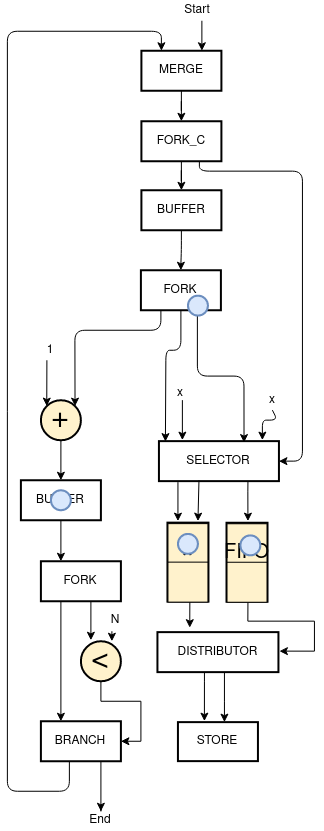
The draw.io diagram animation_initial_2.png in axelmarmet/intermediary-presentation, before a commit. Source tidied: cells renumbered, new cells last; positions are measured from the earlier drawing's top-left corner, leaving out a move shared by most shapes.
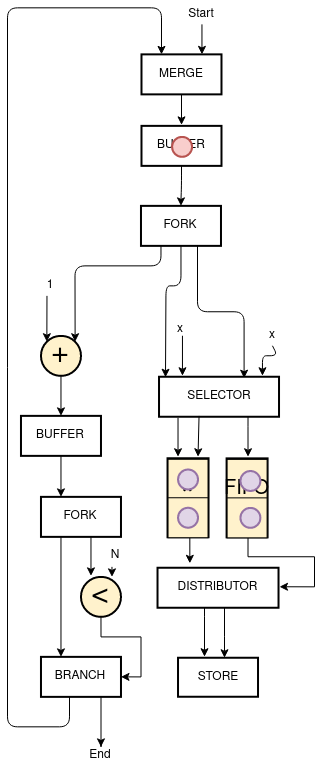
Above is the later version.

Diff of the diagram source:
```diff
@@ -42,11 +42,13 @@
     <mxCell id="8" value="FORK" style="rounded=0;whiteSpace=wrap;html=1;strokeColor=#000000;strokeWidth=2;" parent="1" vertex="1">
       <mxGeometry x="133.4" y="269.8" width="80" height="40" as="geometry" />
     </mxCell>
-    <mxCell id="9" style="edgeStyle=orthogonalEdgeStyle;rounded=0;jettySize=auto;html=1;" parent="1" edge="1" source="10" target="45">
-      <mxGeometry relative="1" as="geometry" />
+    <mxCell id="9" style="edgeStyle=orthogonalEdgeStyle;rounded=0;jettySize=auto;html=1;" parent="1" edge="1" source="10">
+      <mxGeometry relative="1" as="geometry">
+        <mxPoint x="173.9" y="188.8" as="targetPoint" />
+      </mxGeometry>
     </mxCell>
     <mxCell id="10" value="MERGE" style="rounded=0;whiteSpace=wrap;html=1;strokeColor=#000000;strokeWidth=2;" parent="1" vertex="1">
-      <mxGeometry x="133.9" y="50.2" width="80" height="40" as="geometry" />
+      <mxGeometry x="133.9" y="118.3" width="80" height="40" as="geometry" />
     </mxCell>
     <mxCell id="11" style="edgeStyle=orthogonalEdgeStyle;rounded=0;jettySize=auto;html=1;fontSize=30;" parent="1" edge="1" source="12" target="32">
       <mxGeometry relative="1" as="geometry" />
@@ -108,8 +110,8 @@
         <Array as="points">
           <mxPoint x="61.9" y="790.8" />
           <mxPoint x="-0.1" y="790.8" />
-          <mxPoint x="-0.1" y="30.8" />
-          <mxPoint x="153.9" y="30.8" />
+          <mxPoint x="-0.1" y="71.8" />
+          <mxPoint x="153.9" y="71.8" />
         </Array>
       </mxGeometry>
     </mxCell>
@@ -118,8 +120,8 @@
     </mxCell>
     <mxCell id="26" style="edgeStyle=orthogonalEdgeStyle;rounded=0;orthogonalLoop=1;jettySize=auto;html=1;" parent="1" edge="1">
       <mxGeometry relative="1" as="geometry">
-        <mxPoint x="194.4" y="20.2" as="sourcePoint" />
-        <mxPoint x="194.4" y="50.2" as="targetPoint" />
+        <mxPoint x="194.4" y="88.3" as="sourcePoint" />
+        <mxPoint x="194.4" y="118.3" as="targetPoint" />
       </mxGeometry>
     </mxCell>
     <mxCell id="27" value="1" style="text;html=1;strokeColor=none;fillColor=none;align=center;verticalAlign=middle;whiteSpace=wrap;rounded=0;" parent="1" vertex="1">
@@ -142,8 +144,8 @@
     </mxCell>
     <mxCell id="33" style="edgeStyle=orthogonalEdgeStyle;rounded=0;orthogonalLoop=1;jettySize=auto;html=1;fontSize=30;" parent="1" edge="1">
       <mxGeometry relative="1" as="geometry">
-        <mxPoint x="240.4" y="480.6" as="sourcePoint" />
-        <mxPoint x="240.4" y="520.6" as="targetPoint" />
+        <mxPoint x="240.4" y="480.7" as="sourcePoint" />
+        <mxPoint x="240.4" y="520.7" as="targetPoint" />
         <Array as="points">
           <mxPoint x="240.4" y="490.6" />
           <mxPoint x="240.4" y="490.6" />
@@ -155,20 +157,20 @@
     </mxCell>
     <mxCell id="35" style="edgeStyle=orthogonalEdgeStyle;rounded=0;orthogonalLoop=1;jettySize=auto;html=1;entryX=0.263;entryY=-0.086;entryDx=0;entryDy=0;entryPerimeter=0;fontSize=30;" parent="1" edge="1">
       <mxGeometry relative="1" as="geometry">
-        <mxPoint x="180.5" y="600.6" as="sourcePoint" />
-        <mxPoint x="182.3" y="627.2" as="targetPoint" />
+        <mxPoint x="180.4" y="600.7" as="sourcePoint" />
+        <mxPoint x="182.2" y="627.2" as="targetPoint" />
       </mxGeometry>
     </mxCell>
     <mxCell id="36" style="endArrow=classic;html=1;entryX=0.75;entryY=0;entryDx=0;entryDy=0;exitX=0.342;exitY=0.979;exitDx=0;exitDy=0;exitPerimeter=0;" parent="1" edge="1">
       <mxGeometry relative="1" as="geometry">
         <mxPoint x="191.5" y="479.8" as="sourcePoint" />
-        <mxPoint x="190.4" y="520.6" as="targetPoint" />
+        <mxPoint x="190.4" y="520.7" as="targetPoint" />
       </mxGeometry>
     </mxCell>
     <mxCell id="37" style="endArrow=classic;html=1;entryX=0.25;entryY=0;entryDx=0;entryDy=0;" parent="1" edge="1">
       <mxGeometry relative="1" as="geometry">
         <mxPoint x="170.4" y="481.6" as="sourcePoint" />
-        <mxPoint x="170.4" y="520.6" as="targetPoint" />
+        <mxPoint x="170.4" y="520.7" as="targetPoint" />
       </mxGeometry>
     </mxCell>
     <mxCell id="38" style="edgeStyle=orthogonalEdgeStyle;rounded=0;jettySize=auto;html=1;entryX=0.331;entryY=-0.026;entryDx=0;entryDy=0;entryPerimeter=0;" parent="1" edge="1" source="40" target="42">
@@ -192,8 +194,8 @@
     </mxCell>
     <mxCell id="41" style="edgeStyle=orthogonalEdgeStyle;rounded=0;orthogonalLoop=1;jettySize=auto;html=1;fontSize=30;exitX=0.5;exitY=1;exitDx=0;exitDy=0;" parent="1" edge="1">
       <mxGeometry relative="1" as="geometry">
-        <mxPoint x="240.4" y="600.6" as="sourcePoint" />
-        <mxPoint x="271.9" y="650.6" as="targetPoint" />
+        <mxPoint x="240.4" y="600.7" as="sourcePoint" />
+        <mxPoint x="271.9" y="650.7" as="targetPoint" />
         <Array as="points">
           <mxPoint x="239.9" y="620.6" />
           <mxPoint x="306.9" y="620.6" />
@@ -204,77 +206,65 @@
     <mxCell id="42" value="STORE" style="rounded=0;whiteSpace=wrap;html=1;strokeColor=#000000;strokeWidth=2;" parent="1" vertex="1">
       <mxGeometry x="170.4" y="721.6" width="80" height="39" as="geometry" />
     </mxCell>
-    <mxCell id="43" style="edgeStyle=orthogonalEdgeStyle;rounded=0;jettySize=auto;html=1;entryX=0.5;entryY=0;entryDx=0;entryDy=0;" parent="1" edge="1" source="45" target="30">
-      <mxGeometry relative="1" as="geometry" />
+    <mxCell id="43" style="group;" parent="1" vertex="1">
+      <mxGeometry x="160.4" y="522.6" width="40" height="78" as="geometry" />
     </mxCell>
-    <mxCell id="44" style="edgeStyle=orthogonalEdgeStyle;rounded=1;jettySize=auto;html=1;entryX=1;entryY=0.5;entryDx=0;entryDy=0;" parent="1" edge="1" source="45" target="34">
-      <mxGeometry relative="1" as="geometry">
-        <Array as="points">
-          <mxPoint x="191.9" y="170.6" />
-          <mxPoint x="294.9" y="170.6" />
-          <mxPoint x="294.9" y="460.6" />
-        </Array>
-      </mxGeometry>
+    <mxCell id="44" style="group;" parent="43" vertex="1">
+      <mxGeometry width="40" height="78" as="geometry" />
     </mxCell>
-    <mxCell id="45" value="FORK_C" style="rounded=0;whiteSpace=wrap;html=1;strokeColor=#000000;strokeWidth=2;" parent="1" vertex="1">
-      <mxGeometry x="133.9" y="120.8" width="80" height="40" as="geometry" />
+    <mxCell id="45" style="group;" parent="44" vertex="1">
+      <mxGeometry width="40" height="78" as="geometry" />
     </mxCell>
-    <mxCell id="46" style="group;" parent="1" vertex="1">
-      <mxGeometry x="160.4" y="522.6" width="40" height="78" as="geometry" />
+    <mxCell id="46" style="rounded=0;whiteSpace=wrap;html=1;strokeWidth=3;fontSize=20;" parent="45" vertex="1">
+      <mxGeometry width="40" height="78" as="geometry" />
     </mxCell>
-    <mxCell id="47" style="group;" parent="46" vertex="1">
-      <mxGeometry width="40" height="78" as="geometry" />
+    <mxCell id="47" style="rounded=0;whiteSpace=wrap;html=1;strokeWidth=1;fontSize=20;fillColor=#fff2cc;strokeColor=#000000;" parent="45" vertex="1">
+      <mxGeometry y="0.5" width="40" height="40.5" as="geometry" />
     </mxCell>
-    <mxCell id="48" style="group;" parent="47" vertex="1">
-      <mxGeometry width="40" height="78" as="geometry" />
+    <mxCell id="48" style="rounded=0;whiteSpace=wrap;html=1;strokeWidth=1;fontSize=20;fillColor=#fff2cc;strokeColor=#000000;" parent="45" vertex="1">
+      <mxGeometry y="39" width="40" height="40" as="geometry" />
     </mxCell>
-    <mxCell id="49" style="rounded=0;whiteSpace=wrap;html=1;strokeWidth=3;fontSize=20;" parent="48" vertex="1">
-      <mxGeometry width="40" height="78" as="geometry" />
+    <mxCell id="49" value="&lt;font style=&quot;font-size: 40px;&quot;&gt;*&lt;/font&gt;" style="text;html=1;strokeColor=none;fillColor=none;align=center;verticalAlign=middle;whiteSpace=wrap;rounded=0;fontSize=40;" parent="45" vertex="1">
+      <mxGeometry x="6.7" y="34.1" width="26.7" height="13" as="geometry" />
     </mxCell>
-    <mxCell id="50" style="rounded=0;whiteSpace=wrap;html=1;strokeWidth=1;fontSize=20;fillColor=#fff2cc;strokeColor=#000000;" parent="48" vertex="1">
-      <mxGeometry y="0.5" width="40" height="40.5" as="geometry" />
+    <mxCell id="50" style="ellipse;whiteSpace=wrap;html=1;strokeColor=#9673a6;strokeWidth=2;fontSize=40;fillColor=#e1d5e7;" parent="45" vertex="1">
+      <mxGeometry x="10" y="10.8" width="20" height="20" as="geometry" />
     </mxCell>
-    <mxCell id="51" style="rounded=0;whiteSpace=wrap;html=1;strokeWidth=1;fontSize=20;fillColor=#fff2cc;strokeColor=#000000;" parent="48" vertex="1">
-      <mxGeometry y="39" width="40" height="40" as="geometry" />
+    <mxCell id="51" style="ellipse;whiteSpace=wrap;html=1;strokeColor=#9673a6;strokeWidth=2;fontSize=40;fillColor=#e1d5e7;" parent="45" vertex="1">
+      <mxGeometry x="10" y="49" width="20" height="20" as="geometry" />
     </mxCell>
-    <mxCell id="52" value="&lt;font style=&quot;font-size: 40px;&quot;&gt;*&lt;/font&gt;" style="text;html=1;strokeColor=none;fillColor=none;align=center;verticalAlign=middle;whiteSpace=wrap;rounded=0;fontSize=40;" parent="48" vertex="1">
-      <mxGeometry x="6.7" y="34.1" width="26.7" height="13" as="geometry" />
+    <mxCell id="52" style="group;" parent="1" vertex="1">
+      <mxGeometry x="219.5" y="522.8" width="40" height="78" as="geometry" />
     </mxCell>
-    <mxCell id="53" style="ellipse;whiteSpace=wrap;html=1;strokeColor=#6c8ebf;strokeWidth=2;fontSize=40;fillColor=#dae8fc;" parent="48" vertex="1">
-      <mxGeometry x="10" y="10.8" width="20" height="20" as="geometry" />
+    <mxCell id="53" style="group;" parent="52" vertex="1">
+      <mxGeometry width="40" height="78" as="geometry" />
     </mxCell>
-    <mxCell id="54" style="group;" parent="1" vertex="1">
-      <mxGeometry x="219.5" y="522.8" width="40" height="78" as="geometry" />
+    <mxCell id="54" style="group;" parent="53" vertex="1">
+      <mxGeometry width="40" height="78" as="geometry" />
     </mxCell>
-    <mxCell id="55" style="group;" parent="54" vertex="1">
+    <mxCell id="55" style="rounded=0;whiteSpace=wrap;html=1;strokeWidth=3;fontSize=20;" parent="54" vertex="1">
       <mxGeometry width="40" height="78" as="geometry" />
     </mxCell>
-    <mxCell id="56" style="group;" parent="55" vertex="1">
-      <mxGeometry width="40" height="78" as="geometry" />
+    <mxCell id="56" style="rounded=0;whiteSpace=wrap;html=1;strokeWidth=1;fontSize=20;fillColor=#fff2cc;strokeColor=#000000;" parent="54" vertex="1">
+      <mxGeometry y="0.5" width="40" height="40.5" as="geometry" />
     </mxCell>
-    <mxCell id="57" style="rounded=0;whiteSpace=wrap;html=1;strokeWidth=3;fontSize=20;" parent="56" vertex="1">
-      <mxGeometry width="40" height="78" as="geometry" />
+    <mxCell id="57" style="rounded=0;whiteSpace=wrap;html=1;strokeWidth=1;fontSize=20;fillColor=#fff2cc;strokeColor=#000000;" parent="54" vertex="1">
+      <mxGeometry y="39" width="40" height="40" as="geometry" />
     </mxCell>
-    <mxCell id="58" style="rounded=0;whiteSpace=wrap;html=1;strokeWidth=1;fontSize=20;fillColor=#fff2cc;strokeColor=#000000;" parent="56" vertex="1">
-      <mxGeometry y="0.5" width="40" height="40.5" as="geometry" />
+    <mxCell id="58" value="&lt;font style=&quot;font-size: 20px&quot;&gt;FIFO&lt;/font&gt;" style="text;html=1;strokeColor=none;fillColor=none;align=center;verticalAlign=middle;whiteSpace=wrap;rounded=0;fontSize=40;" parent="54" vertex="1">
+      <mxGeometry x="6.7" y="19.1" width="26.7" height="13" as="geometry" />
     </mxCell>
-    <mxCell id="59" style="rounded=0;whiteSpace=wrap;html=1;strokeWidth=1;fontSize=20;fillColor=#fff2cc;strokeColor=#000000;" parent="56" vertex="1">
-      <mxGeometry y="39" width="40" height="40" as="geometry" />
+    <mxCell id="59" style="ellipse;whiteSpace=wrap;html=1;strokeColor=#9673a6;strokeWidth=2;fontSize=40;fillColor=#e1d5e7;" parent="54" vertex="1">
+      <mxGeometry x="13.3" y="12.1" width="20" height="20" as="geometry" />
     </mxCell>
-    <mxCell id="60" value="&lt;font style=&quot;font-size: 20px&quot;&gt;FIFO&lt;/font&gt;" style="text;html=1;strokeColor=none;fillColor=none;align=center;verticalAlign=middle;whiteSpace=wrap;rounded=0;fontSize=40;" parent="56" vertex="1">
-      <mxGeometry x="6.7" y="19.1" width="26.7" height="13" as="geometry" />
+    <mxCell id="60" style="ellipse;whiteSpace=wrap;html=1;strokeColor=#9673a6;strokeWidth=2;fontSize=40;fillColor=#e1d5e7;" parent="54" vertex="1">
+      <mxGeometry x="13.3" y="49" width="20" height="20" as="geometry" />
     </mxCell>
-    <mxCell id="61" style="ellipse;whiteSpace=wrap;html=1;strokeColor=#6c8ebf;strokeWidth=2;fontSize=40;fillColor=#dae8fc;" parent="56" vertex="1">
-      <mxGeometry x="13.3" y="12.1" width="20" height="20" as="geometry" />
+    <mxCell id="61" value="Start" style="text;html=1;strokeColor=none;fillColor=none;align=center;verticalAlign=middle;whiteSpace=wrap;rounded=0;" parent="1" vertex="1">
+      <mxGeometry x="173.9" y="68.3" width="40" height="20" as="geometry" />
     </mxCell>
-    <mxCell id="62" style="ellipse;whiteSpace=wrap;html=1;strokeColor=#6c8ebf;strokeWidth=2;fontSize=40;fillColor=#dae8fc;" parent="1" vertex="1">
-      <mxGeometry x="43.4" y="489.8" width="20" height="20" as="geometry" />
+    <mxCell id="62" style="ellipse;whiteSpace=wrap;html=1;strokeColor=#b85450;strokeWidth=2;fontSize=40;fillColor=#f8cecc;" parent="1" vertex="1">
+      <mxGeometry x="164.5" y="200.8" width="20" height="20" as="geometry" />
     </mxCell>
-    <mxCell id="63" style="ellipse;whiteSpace=wrap;html=1;strokeColor=#6c8ebf;strokeWidth=2;fontSize=40;fillColor=#dae8fc;" parent="1" vertex="1">
-      <mxGeometry x="180.5" y="295.1" width="20" height="20" as="geometry" />
-    </mxCell>
-    <mxCell id="64" value="Start" style="text;html=1;strokeColor=none;fillColor=none;align=center;verticalAlign=middle;whiteSpace=wrap;rounded=0;" parent="1" vertex="1">
-      <mxGeometry x="170.5" y="0.2" width="40" height="20" as="geometry" />
-    </mxCell>
   </root>
 </mxGraphModel>
```
